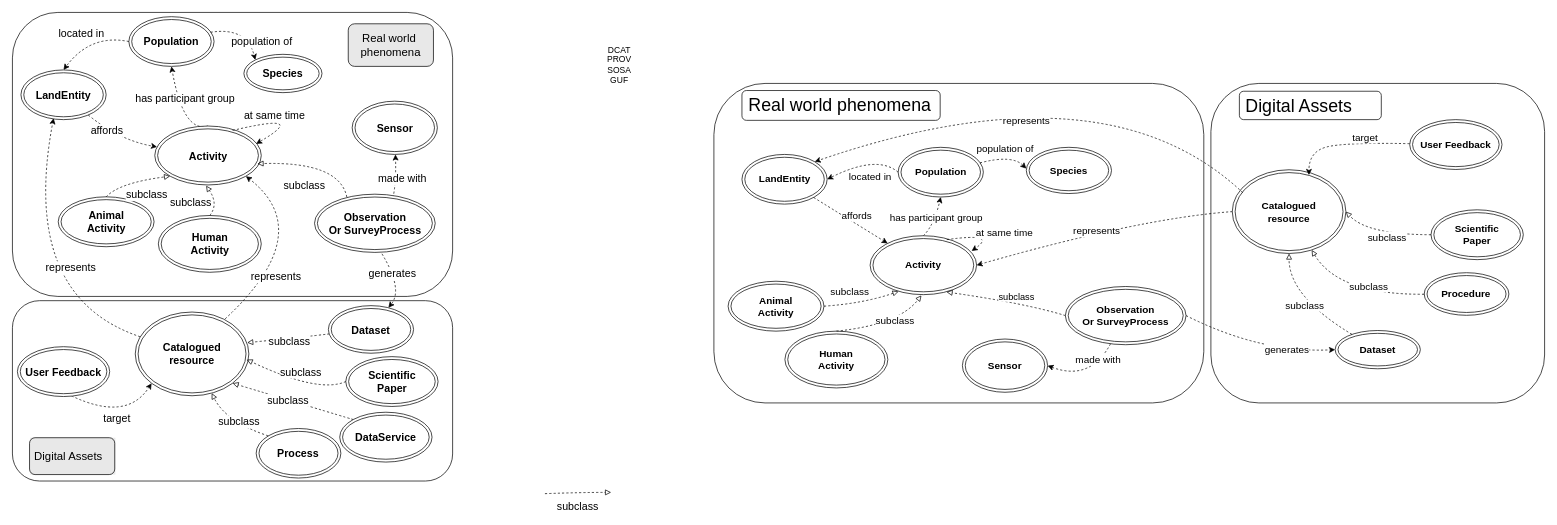
Before: page "schemas article" (2 of 3) of docs/diagrams/model_KG.drawio in IntForOut/outdoorPressure, a draw.io diagram. Source tidied: cells renumbered, new cells numbered last; positions are measured from the earlier drawing's top-left corner, leaving out a move shared by most shapes. Both pictures are drawn from the tidied source at 71%, with x=0, y=0 at pixel (12, 12).
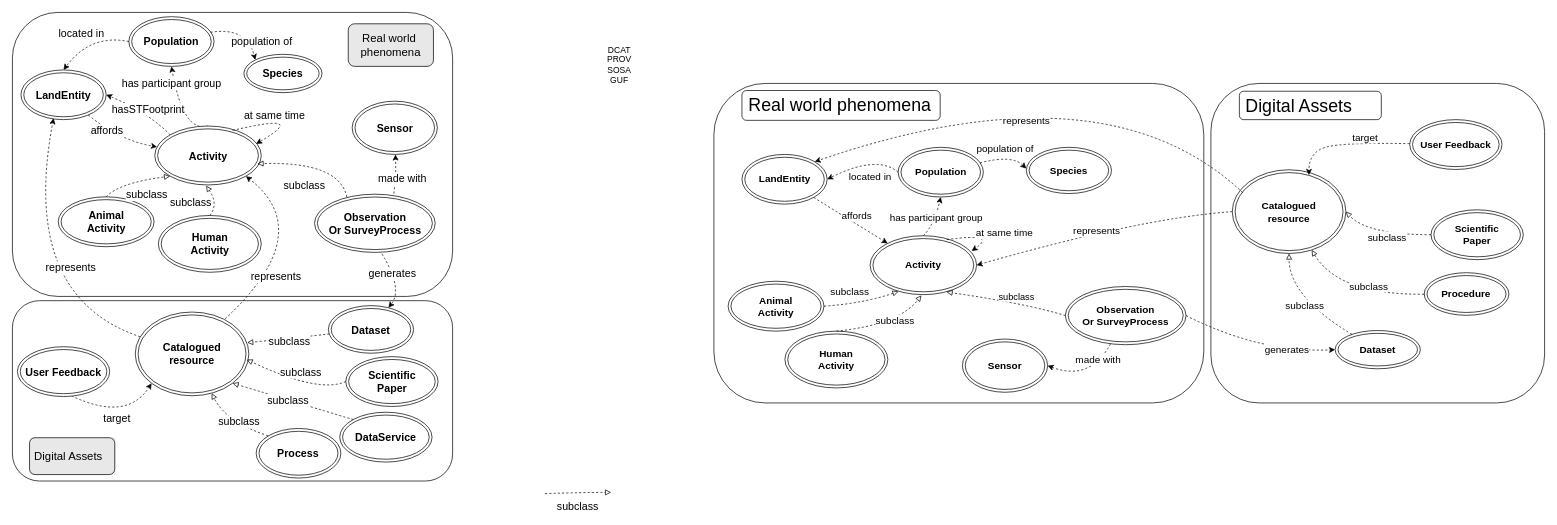
The same diagram, later.

The change refers to these unchanged cells:
```xml
<mxCell id="71" value="&lt;b&gt;LandEntity&lt;/b&gt;" style="ellipse;shape=doubleEllipse;whiteSpace=wrap;html=1;fontSize=15;" parent="1" vertex="1">
  <mxGeometry x="12" y="81" width="120" height="70" as="geometry" />
</mxCell>
<mxCell id="72" style="edgeStyle=none;html=1;entryX=0.5;entryY=1;entryDx=0;entryDy=0;rounded=0;curved=1;exitX=0.5;exitY=0;exitDx=0;exitDy=0;dashed=1;fontSize=15;" parent="1" edge="1" source="74" target="98">
  <mxGeometry relative="1" as="geometry">
    <Array as="points">
      <mxPoint x="240.5" y="170" />
    </Array>
  </mxGeometry>
</mxCell>
<mxCell id="74" value="&lt;b&gt;Activity&lt;/b&gt;" style="ellipse;shape=doubleEllipse;whiteSpace=wrap;html=1;fontSize=15;" parent="1" vertex="1">
  <mxGeometry x="200.5" y="160" width="150" height="83" as="geometry" />
</mxCell>
```

What changed in the source:
```diff
@@
     <mxCell id="73" value="&lt;font&gt;has participant group&lt;/font&gt;" style="edgeLabel;html=1;align=center;verticalAlign=middle;fontSize=15;" parent="72" vertex="1">
       <mxGeometry x="0.07" relative="1" as="geometry">
-        <mxPoint x="8" y="-15" as="offset" />
+        <mxPoint x="-11" y="-36" as="offset" />
       </mxGeometry>
     </mxCell>
@@
+    <mxCell id="114" style="endArrow=classic;html=1;rounded=0;exitX=0;exitY=0;exitDx=0;exitDy=0;entryX=1;entryY=0.5;entryDx=0;entryDy=0;curved=1;dashed=1;" parent="1" edge="1" source="74" target="71">
+      <mxGeometry relative="1" as="geometry">
+        <Array as="points">
+          <mxPoint x="190" y="140" />
+        </Array>
+      </mxGeometry>
+    </mxCell>
+    <mxCell id="115" value="&lt;font style=&quot;font-size: 15px;&quot;&gt;hasSTFootprint&lt;/font&gt;" style="edgeLabel;html=1;align=center;verticalAlign=middle;" parent="114" vertex="1">
+      <mxGeometry x="0.13" y="2" relative="1" as="geometry">
+        <mxPoint x="15" as="offset" />
+      </mxGeometry>
+    </mxCell>
```
